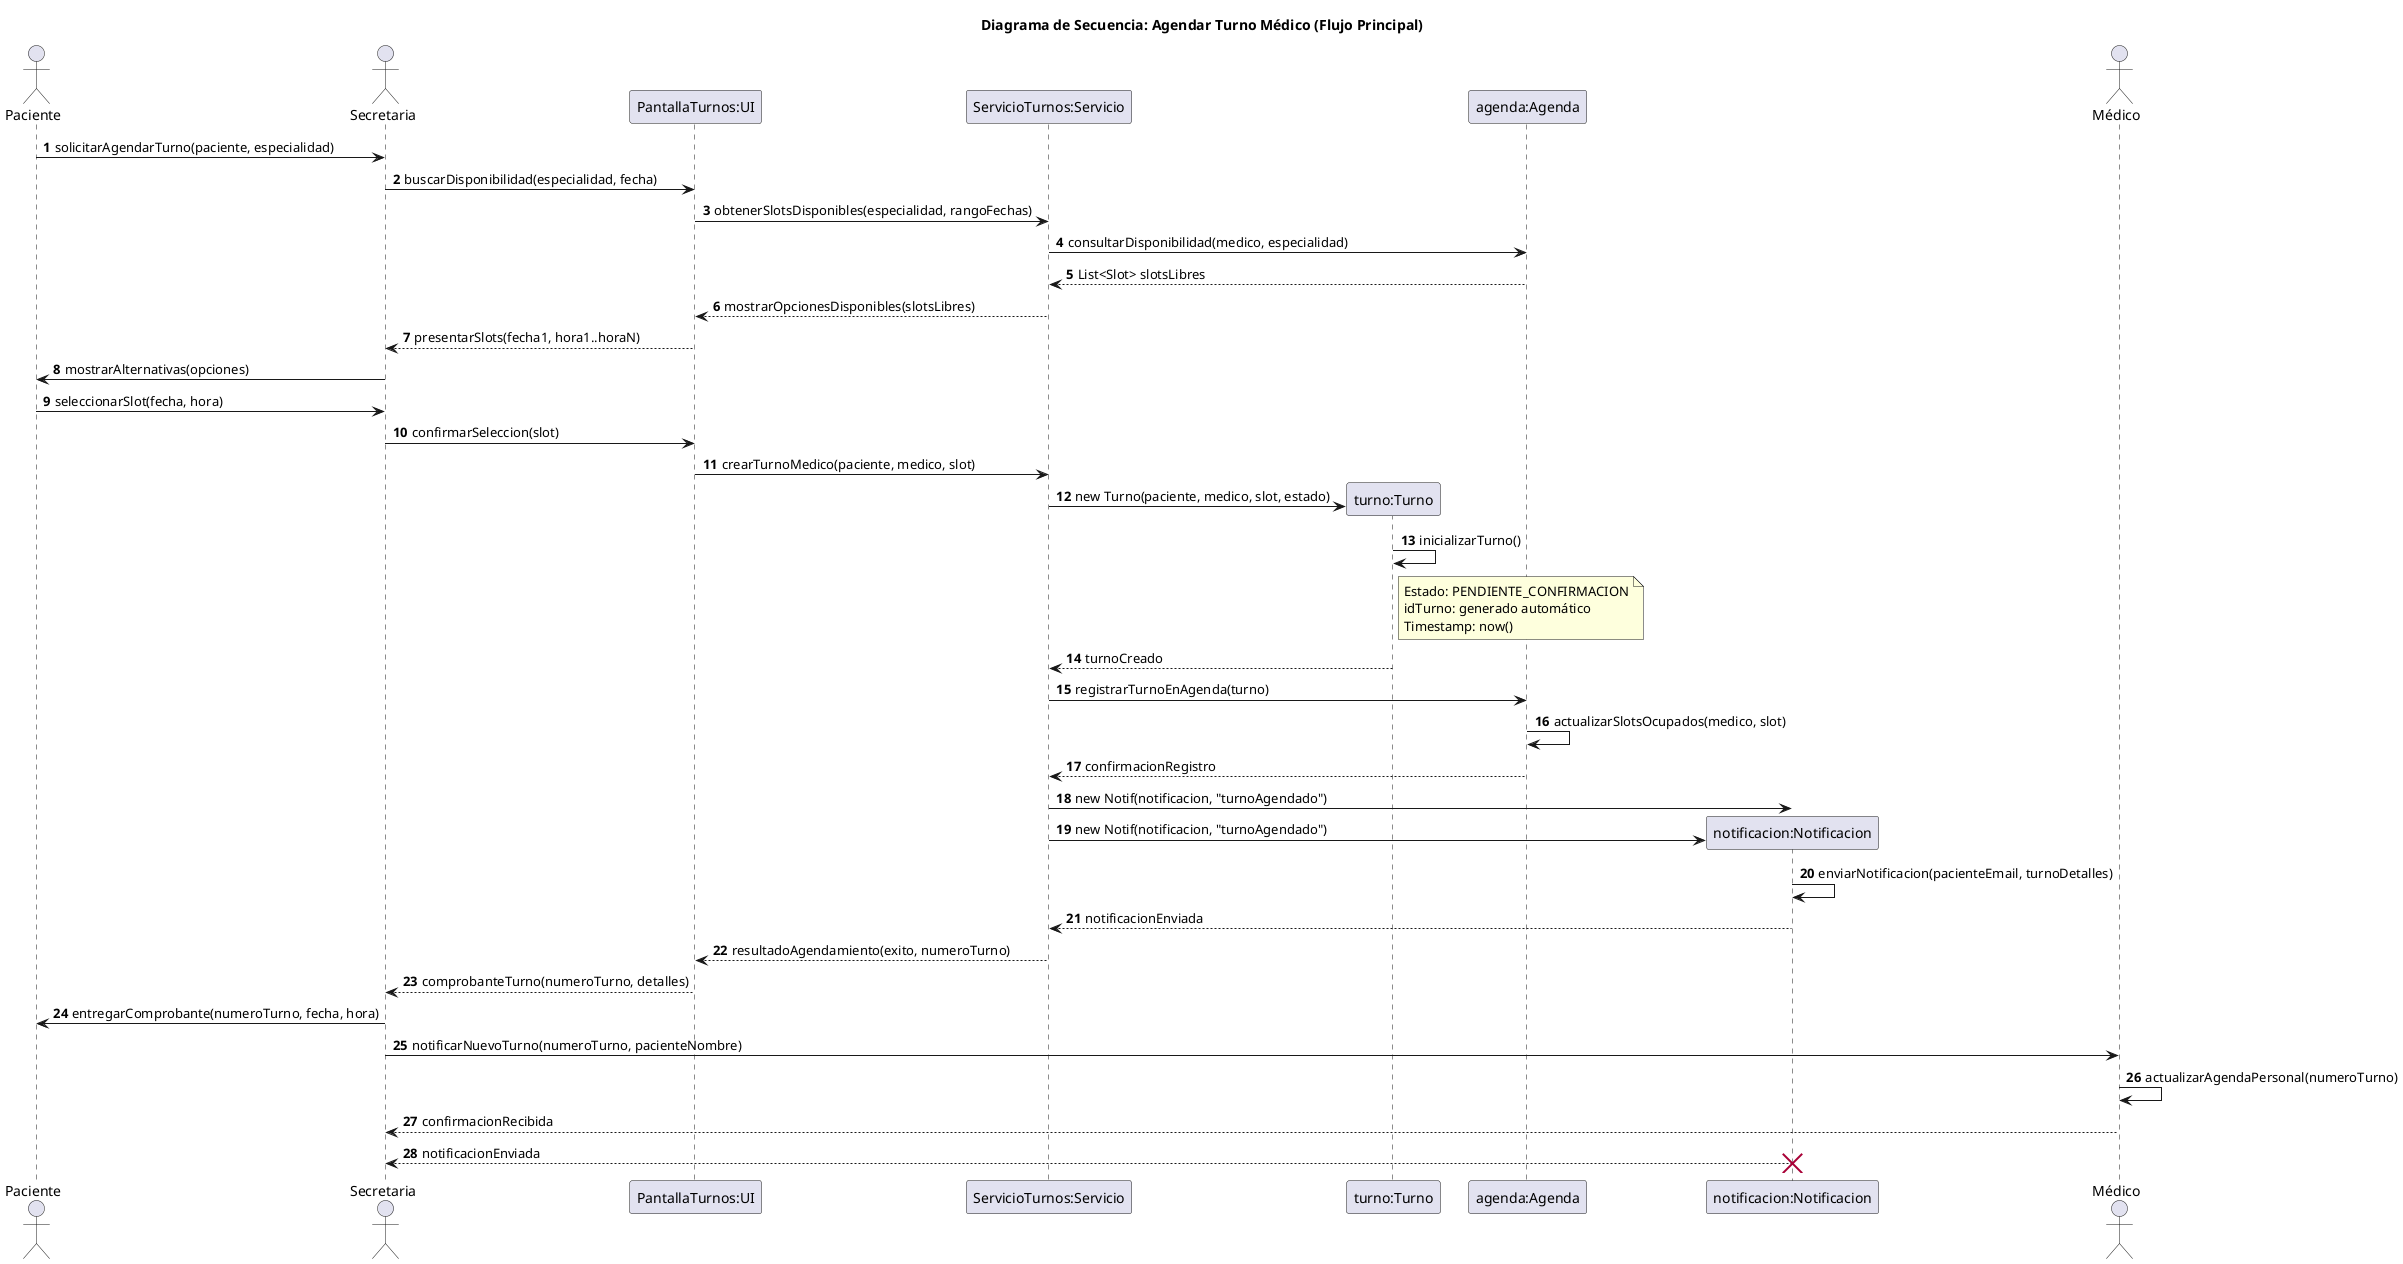
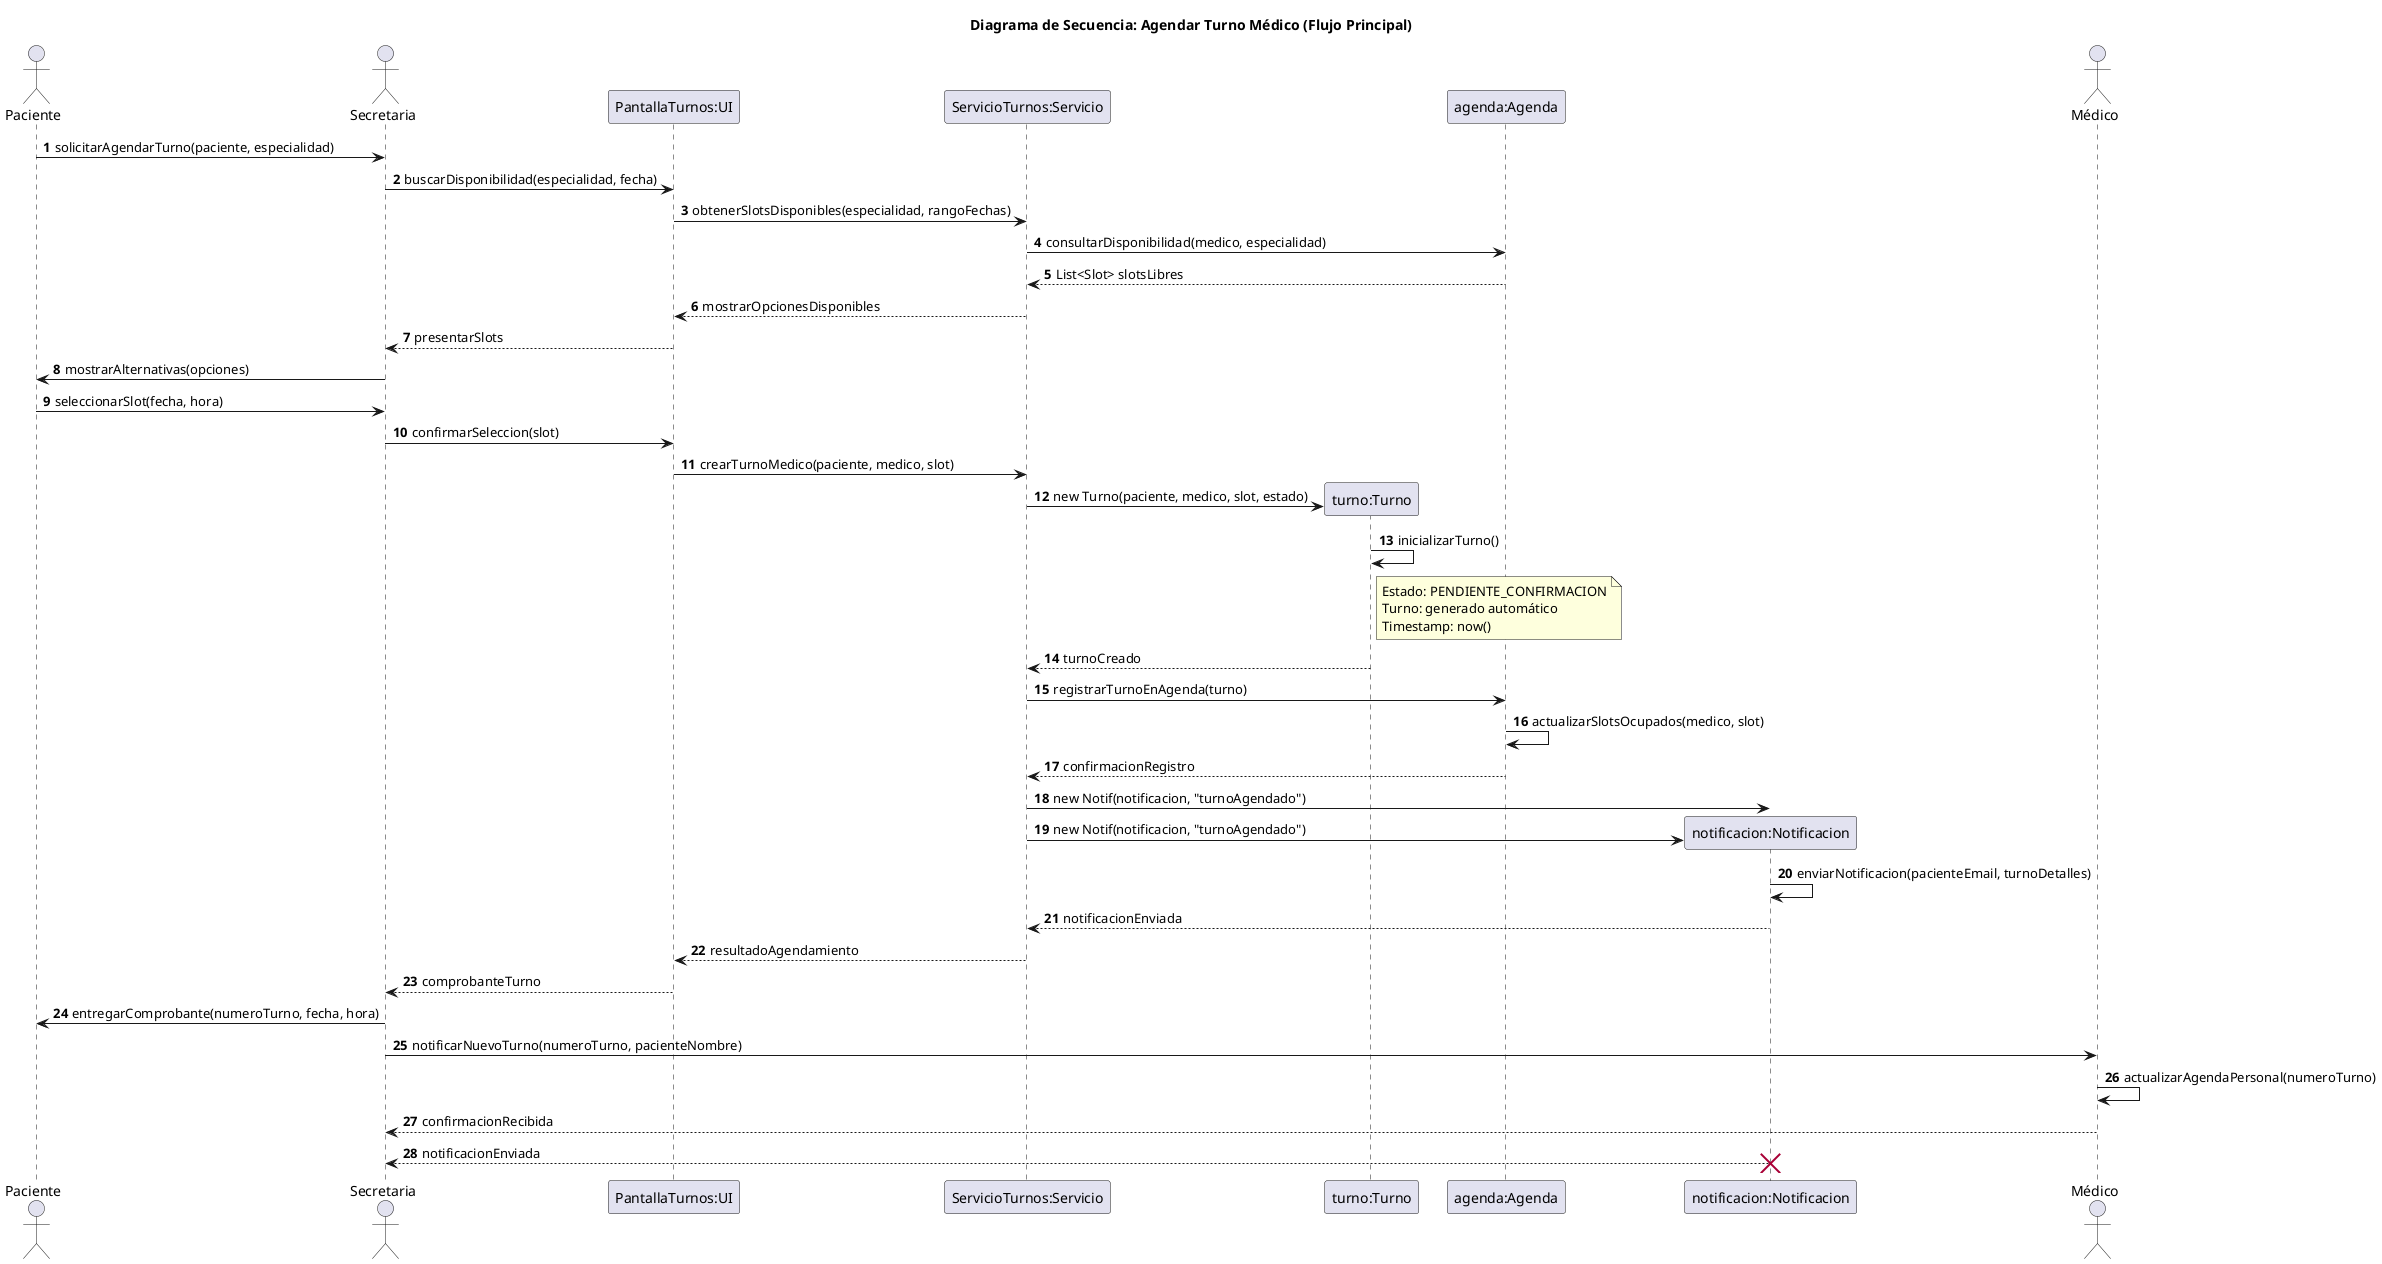
@startuml 05-secuencia-agendar-turno-flujo-principal-01
title Diagrama de Secuencia: Agendar Turno Médico (Flujo Principal)

actor Paciente
actor Secretaria
participant "PantallaTurnos:UI" as UI
participant "ServicioTurnos:Servicio" as Servicio
participant "turno:Turno" as Turno
participant "agenda:Agenda" as Agenda
participant "notificacion:Notificacion" as Notif
actor Médico

autonumber

Paciente -> Secretaria: solicitarAgendarTurno(paciente, especialidad)
Secretaria -> UI: buscarDisponibilidad(especialidad, fecha)
UI -> Servicio: obtenerSlotsDisponibles(especialidad, rangoFechas)
Servicio -> Agenda: consultarDisponibilidad(medico, especialidad)
Agenda --> Servicio: List<Slot> slotsLibres
- Servicio --> UI: mostrarOpcionesDisponibles(slotsLibres)
- UI --> Secretaria: presentarSlots(fecha1, hora1..horaN)
+ Servicio --> UI: mostrarOpcionesDisponibles
+ UI --> Secretaria: presentarSlots
Secretaria -> Paciente: mostrarAlternativas(opciones)
Paciente -> Secretaria: seleccionarSlot(fecha, hora)
Secretaria -> UI: confirmarSeleccion(slot)
UI -> Servicio: crearTurnoMedico(paciente, medico, slot)
create Turno
Servicio -> Turno: new Turno(paciente, medico, slot, estado)
Turno -> Turno: inicializarTurno()
note right of Turno
  Estado: PENDIENTE_CONFIRMACION
-   idTurno: generado automático
+   Turno: generado automático
  Timestamp: now()
end note
Turno --> Servicio: turnoCreado
Servicio -> Agenda: registrarTurnoEnAgenda(turno)
Agenda -> Agenda: actualizarSlotsOcupados(medico, slot)
Agenda --> Servicio: confirmacionRegistro
Servicio -> Notif: new Notif(notificacion, "turnoAgendado")
create Notif
Servicio -> Notif: new Notif(notificacion, "turnoAgendado")
Notif -> Notif: enviarNotificacion(pacienteEmail, turnoDetalles)
Notif --> Servicio: notificacionEnviada
- Servicio --> UI: resultadoAgendamiento(exito, numeroTurno)
- UI --> Secretaria: comprobanteTurno(numeroTurno, detalles)
+ Servicio --> UI: resultadoAgendamiento
+ UI --> Secretaria: comprobanteTurno
Secretaria -> Paciente: entregarComprobante(numeroTurno, fecha, hora)
Secretaria -> Médico: notificarNuevoTurno(numeroTurno, pacienteNombre)
Médico -> Médico: actualizarAgendaPersonal(numeroTurno)
Médico --> Secretaria: confirmacionRecibida
Notif --> Secretaria: notificacionEnviada
destroy Notif

@enduml
